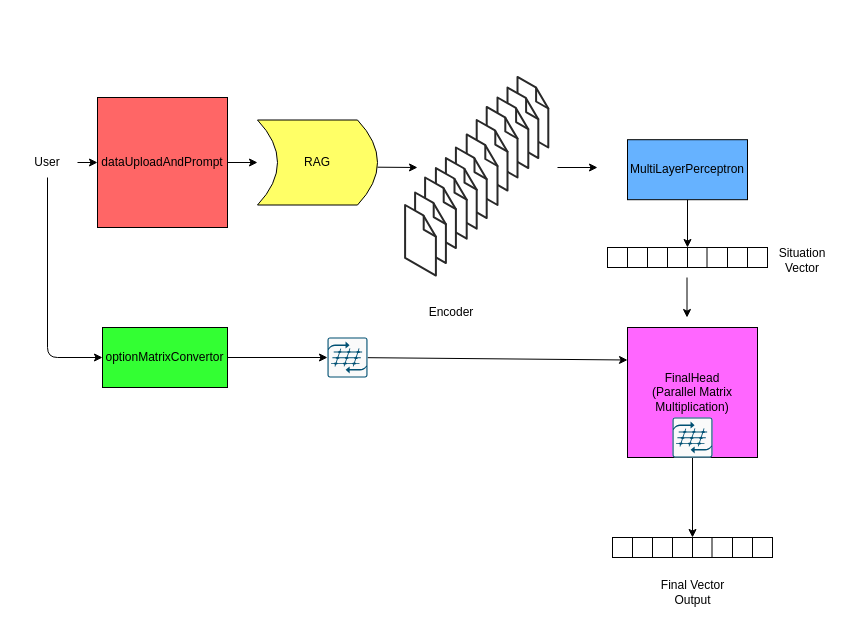
Earlier version of the draw.io diagram transformerArchitecture.drawio (Aditya-B-007/Shiva). Source tidied: cells renumbered, new cells numbered last; positions are measured from the earlier drawing's top-left corner, leaving out a move shared by most shapes. Both pictures are drawn from the tidied source at 100%, with x=0, y=0 at pixel (17, 76).
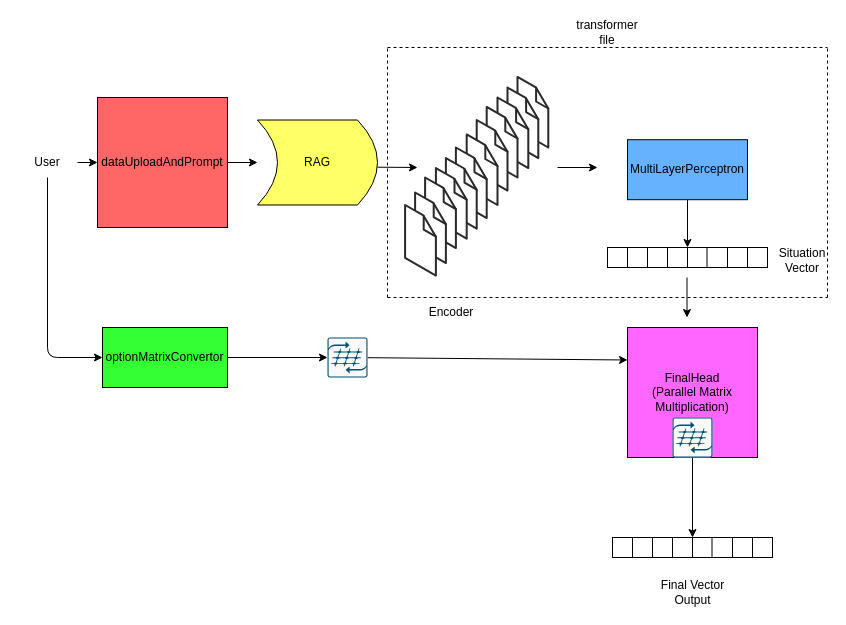
The same page after the edit.

The edit, as a diff of the source:
```diff
@@
+    <mxCell id="53" style="endArrow=none;dashed=1;html=1;" parent="1" edge="1">
+      <mxGeometry relative="1" as="geometry">
+        <mxPoint x="370" y="221" as="sourcePoint" />
+        <mxPoint x="370" y="-29" as="targetPoint" />
+      </mxGeometry>
+    </mxCell>
+    <mxCell id="54" style="endArrow=none;dashed=1;html=1;" parent="1" edge="1">
+      <mxGeometry relative="1" as="geometry">
+        <mxPoint x="370" y="-29" as="sourcePoint" />
+        <mxPoint x="810" y="-29" as="targetPoint" />
+      </mxGeometry>
+    </mxCell>
+    <mxCell id="55" style="endArrow=none;dashed=1;html=1;" parent="1" edge="1">
+      <mxGeometry relative="1" as="geometry">
+        <mxPoint x="810" y="221" as="sourcePoint" />
+        <mxPoint x="810" y="-29" as="targetPoint" />
+      </mxGeometry>
+    </mxCell>
+    <mxCell id="56" style="endArrow=none;dashed=1;html=1;" parent="1" edge="1">
+      <mxGeometry relative="1" as="geometry">
+        <mxPoint x="370" y="221" as="sourcePoint" />
+        <mxPoint x="810" y="221" as="targetPoint" />
+      </mxGeometry>
+    </mxCell>
+    <mxCell id="57" value="transformer file" style="text;html=1;align=center;verticalAlign=middle;whiteSpace=wrap;rounded=0;" parent="1" vertex="1">
+      <mxGeometry x="560" y="-59" width="60" height="30" as="geometry" />
+    </mxCell>
```
